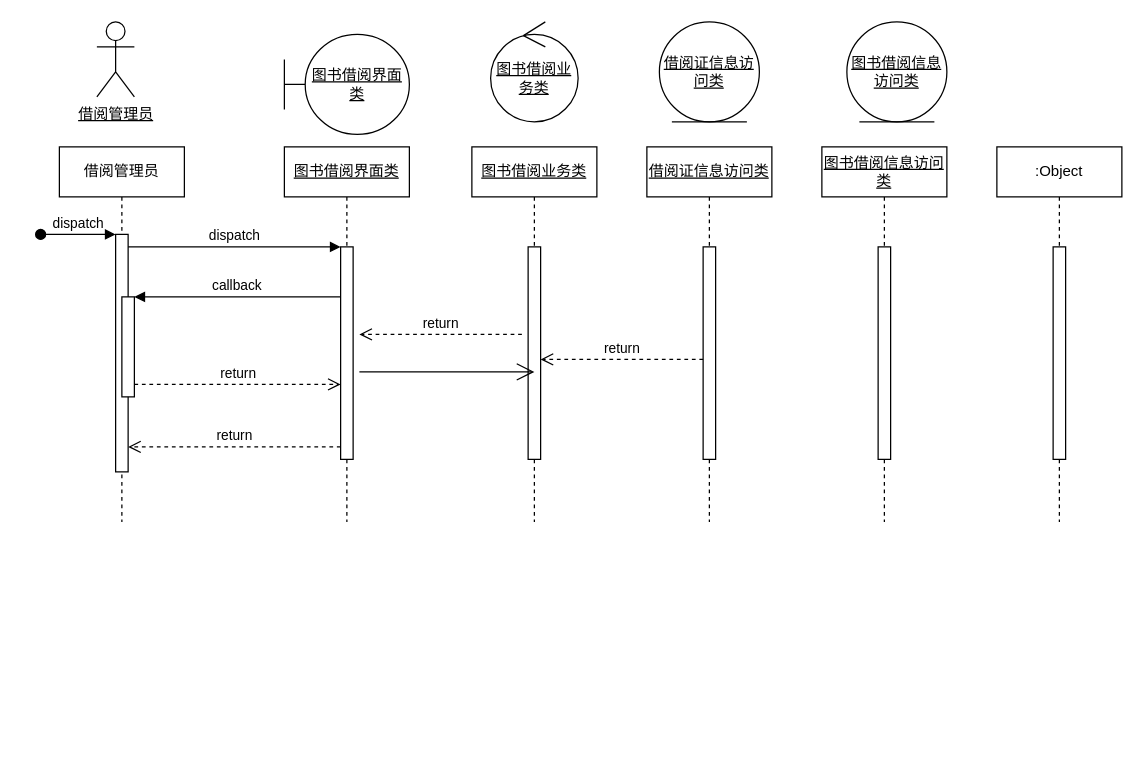
This is 新建序列图.drawio from liuyang0228/text, a draw.io file, before an edit. Source tidied: cells renumbered, new cells numbered last; positions are measured from the earlier drawing's top-left corner, leaving out a move shared by most shapes. Both pictures are drawn from the tidied source at 125%, with x=0, y=0 at pixel (40, 21).
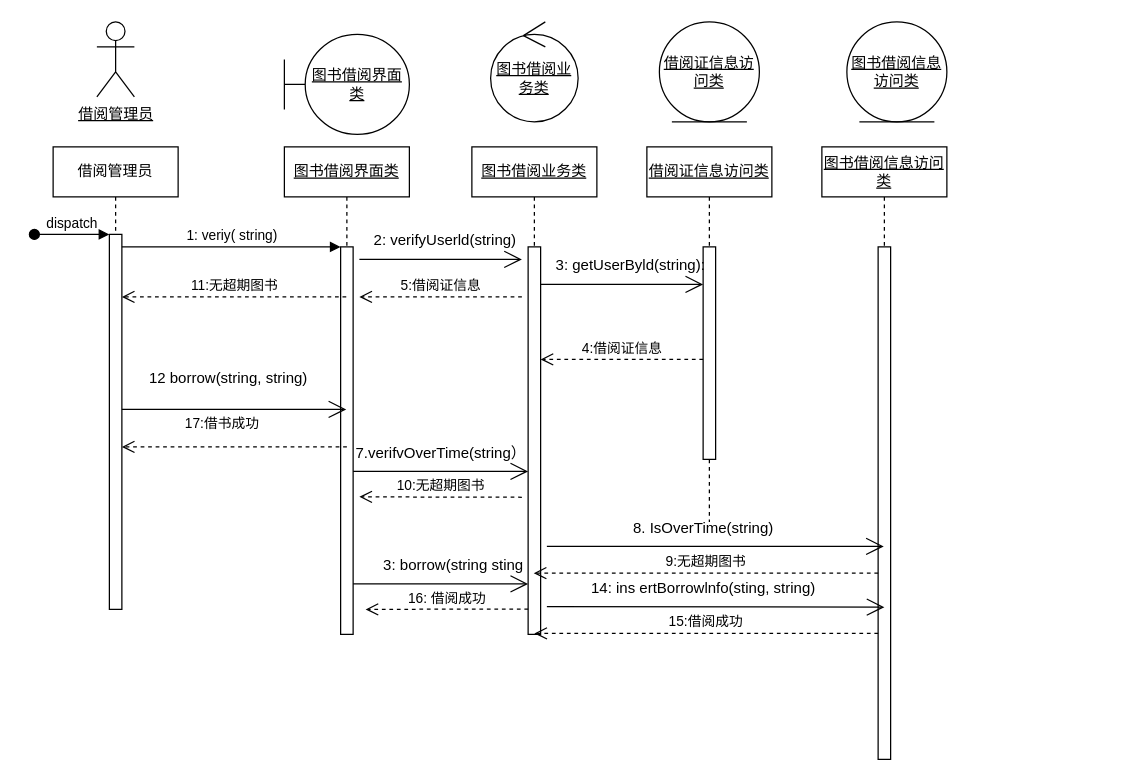
The same page after the edit.

Commit message (it also covers changes not shown here):
更新新建序列图.drawio

Change to the diagram source:
```diff
@@
     <mxCell id="2" value="借阅管理员" style="shape=umlLifeline;perimeter=lifelinePerimeter;whiteSpace=wrap;html=1;newEdgeStyle={&quot;edgeStyle&quot;:&quot;elbowEdgeStyle&quot;,&quot;elbow&quot;:&quot;vertical&quot;,&quot;curved&quot;:0,&quot;rounded&quot;:0};" parent="1" vertex="1">
-      <mxGeometry x="15" y="100" width="100" height="300" as="geometry" />
+      <mxGeometry x="10" y="100" width="100" height="370" as="geometry" />
     </mxCell>
     <mxCell id="3" style="html=1;points=[];perimeter=orthogonalPerimeter;outlineConnect=0;targetShapes=umlLifeline;portConstraint=eastwest;newEdgeStyle={&quot;edgeStyle&quot;:&quot;elbowEdgeStyle&quot;,&quot;elbow&quot;:&quot;vertical&quot;,&quot;curved&quot;:0,&quot;rounded&quot;:0};" parent="2" vertex="1">
-      <mxGeometry x="45" y="70" width="10" height="190" as="geometry" />
+      <mxGeometry x="45" y="70" width="10" height="300" as="geometry" />
     </mxCell>
@@
-    <mxCell id="5" style="html=1;points=[];perimeter=orthogonalPerimeter;outlineConnect=0;targetShapes=umlLifeline;portConstraint=eastwest;newEdgeStyle={&quot;edgeStyle&quot;:&quot;elbowEdgeStyle&quot;,&quot;elbow&quot;:&quot;vertical&quot;,&quot;curved&quot;:0,&quot;rounded&quot;:0};" parent="2" vertex="1">
-      <mxGeometry x="50" y="120" width="10" height="80" as="geometry" />
-    </mxCell>
     <mxCell id="6" value="&lt;u&gt;图书借阅界面类&lt;/u&gt;" style="shape=umlLifeline;perimeter=lifelinePerimeter;whiteSpace=wrap;html=1;outlineConnect=0;portConstraint=eastwest;newEdgeStyle={&quot;edgeStyle&quot;:&quot;elbowEdgeStyle&quot;,&quot;elbow&quot;:&quot;vertical&quot;,&quot;curved&quot;:0,&quot;rounded&quot;:0};" parent="1" vertex="1">
-      <mxGeometry x="195" y="100" width="100" height="300" as="geometry" />
+      <mxGeometry x="195" y="100" width="100" height="390" as="geometry" />
     </mxCell>
     <mxCell id="7" style="html=1;points=[];perimeter=orthogonalPerimeter;outlineConnect=0;targetShapes=umlLifeline;portConstraint=eastwest;newEdgeStyle={&quot;edgeStyle&quot;:&quot;elbowEdgeStyle&quot;,&quot;elbow&quot;:&quot;vertical&quot;,&quot;curved&quot;:0,&quot;rounded&quot;:0};" parent="6" vertex="1">
-      <mxGeometry x="45" y="80" width="10" height="170" as="geometry" />
+      <mxGeometry x="45" y="80" width="10" height="310" as="geometry" />
     </mxCell>
-    <mxCell id="8" value="dispatch" style="html=1;verticalAlign=bottom;endArrow=block;edgeStyle=elbowEdgeStyle;elbow=vertical;curved=0;rounded=0;" parent="1" edge="1" source="3" target="7">
+    <mxCell id="8" value="1: veriy( string)" style="html=1;verticalAlign=bottom;endArrow=block;edgeStyle=elbowEdgeStyle;elbow=vertical;curved=0;rounded=0;" parent="1" edge="1" source="3" target="7">
       <mxGeometry relative="1" as="geometry">
         <Array as="points">
           <mxPoint x="155" y="180" />
         </Array>
       </mxGeometry>
     </mxCell>
-    <mxCell id="9" value="return" style="html=1;verticalAlign=bottom;endArrow=open;dashed=1;endSize=8;edgeStyle=elbowEdgeStyle;elbow=vertical;curved=0;rounded=0;" parent="1" edge="1" source="7" target="3">
-      <mxGeometry relative="1" as="geometry">
-        <Array as="points">
-          <mxPoint x="165" y="340" />
-        </Array>
-      </mxGeometry>
-    </mxCell>
-    <mxCell id="10" value="callback" style="html=1;verticalAlign=bottom;endArrow=block;edgeStyle=elbowEdgeStyle;elbow=vertical;curved=0;rounded=0;" parent="1" edge="1" source="7" target="5">
-      <mxGeometry relative="1" as="geometry">
-        <Array as="points">
-          <mxPoint x="165" y="220" />
-        </Array>
-      </mxGeometry>
-    </mxCell>
-    <mxCell id="11" value="return" style="html=1;verticalAlign=bottom;endArrow=open;dashed=1;endSize=8;edgeStyle=elbowEdgeStyle;elbow=vertical;curved=0;rounded=0;" parent="1" edge="1" source="5" target="7">
-      <mxGeometry relative="1" as="geometry">
-        <Array as="points">
-          <mxPoint x="155" y="290" />
-        </Array>
-      </mxGeometry>
-    </mxCell>
     <mxCell id="12" value="&lt;u&gt;图书借阅业务类&lt;/u&gt;" style="shape=umlLifeline;perimeter=lifelinePerimeter;whiteSpace=wrap;html=1;outlineConnect=0;portConstraint=eastwest;newEdgeStyle={&quot;edgeStyle&quot;:&quot;elbowEdgeStyle&quot;,&quot;elbow&quot;:&quot;vertical&quot;,&quot;curved&quot;:0,&quot;rounded&quot;:0};" parent="1" vertex="1">
-      <mxGeometry x="345" y="100" width="100" height="300" as="geometry" />
+      <mxGeometry x="345" y="100" width="100" height="390" as="geometry" />
     </mxCell>
     <mxCell id="13" style="html=1;perimeter=orthogonalPerimeter;targetShapes=umlLifeline;newEdgeStyle={&quot;edgeStyle&quot;:&quot;elbowEdgeStyle&quot;,&quot;elbow&quot;:&quot;vertical&quot;,&quot;curved&quot;:0,&quot;rounded&quot;:0};" parent="12" vertex="1">
-      <mxGeometry x="45" y="80" width="10" height="170" as="geometry" />
+      <mxGeometry x="45" y="80" width="10" height="310" as="geometry" />
     </mxCell>
@@
     <mxCell id="16" value="&lt;u&gt;图书借阅信息访问类&lt;/u&gt;" style="shape=umlLifeline;perimeter=lifelinePerimeter;whiteSpace=wrap;html=1;outlineConnect=0;portConstraint=eastwest;newEdgeStyle={&quot;edgeStyle&quot;:&quot;elbowEdgeStyle&quot;,&quot;elbow&quot;:&quot;vertical&quot;,&quot;curved&quot;:0,&quot;rounded&quot;:0};" parent="1" vertex="1">
-      <mxGeometry x="625" y="100" width="100" height="300" as="geometry" />
+      <mxGeometry x="625" y="100" width="100" height="490" as="geometry" />
     </mxCell>
     <mxCell id="17" style="html=1;points=[];perimeter=orthogonalPerimeter;outlineConnect=0;targetShapes=umlLifeline;portConstraint=eastwest;newEdgeStyle={&quot;edgeStyle&quot;:&quot;elbowEdgeStyle&quot;,&quot;elbow&quot;:&quot;vertical&quot;,&quot;curved&quot;:0,&quot;rounded&quot;:0};" parent="16" vertex="1">
-      <mxGeometry x="45" y="80" width="10" height="170" as="geometry" />
+      <mxGeometry x="45" y="80" width="10" height="410" as="geometry" />
     </mxCell>
-    <mxCell id="18" value=":Object" style="shape=umlLifeline;perimeter=lifelinePerimeter;whiteSpace=wrap;html=1;newEdgeStyle={&quot;edgeStyle&quot;:&quot;elbowEdgeStyle&quot;,&quot;elbow&quot;:&quot;vertical&quot;,&quot;curved&quot;:0,&quot;rounded&quot;:0};" parent="1" vertex="1">
-      <mxGeometry x="765" y="100" width="100" height="300" as="geometry" />
-    </mxCell>
-    <mxCell id="19" style="html=1;perimeter=orthogonalPerimeter;targetShapes=umlLifeline;newEdgeStyle={&quot;edgeStyle&quot;:&quot;elbowEdgeStyle&quot;,&quot;elbow&quot;:&quot;vertical&quot;,&quot;curved&quot;:0,&quot;rounded&quot;:0};" parent="18" vertex="1">
-      <mxGeometry x="45" y="80" width="10" height="170" as="geometry" />
-    </mxCell>
     <mxCell id="20" style="endArrow=open;endFill=1;endSize=12;html=1;rounded=0;" parent="1" edge="1">
       <mxGeometry relative="1" as="geometry">
-        <mxPoint x="255" y="280" as="sourcePoint" />
-        <mxPoint x="395" y="280" as="targetPoint" />
+        <mxPoint x="255" y="190" as="sourcePoint" />
+        <mxPoint x="385" y="190" as="targetPoint" />
       </mxGeometry>
     </mxCell>
@@
-    <mxCell id="25" value="return" style="html=1;verticalAlign=bottom;endArrow=open;dashed=1;endSize=8;edgeStyle=elbowEdgeStyle;elbow=vertical;curved=0;rounded=0;" parent="1" edge="1">
+    <mxCell id="25" value="5:借阅证信息" style="html=1;verticalAlign=bottom;endArrow=open;dashed=1;endSize=8;edgeStyle=elbowEdgeStyle;elbow=vertical;curved=0;rounded=0;" parent="1" edge="1">
       <mxGeometry relative="1" as="geometry">
-        <mxPoint x="385" y="249.9" as="sourcePoint" />
-        <mxPoint x="255" y="250" as="targetPoint" />
+        <mxPoint x="385" y="220" as="sourcePoint" />
+        <mxPoint x="255" y="220.1" as="targetPoint" />
       </mxGeometry>
     </mxCell>
-    <mxCell id="26" value="return" style="html=1;verticalAlign=bottom;endArrow=open;dashed=1;endSize=8;edgeStyle=elbowEdgeStyle;elbow=vertical;curved=0;rounded=0;" parent="1" edge="1">
+    <mxCell id="26" value="4:借阅证信息" style="html=1;verticalAlign=bottom;endArrow=open;dashed=1;endSize=8;edgeStyle=elbowEdgeStyle;elbow=vertical;curved=0;rounded=0;" parent="1" edge="1">
       <mxGeometry relative="1" as="geometry">
         <mxPoint x="530" y="270" as="sourcePoint" />
         <mxPoint x="400" y="270.1" as="targetPoint" />
       </mxGeometry>
     </mxCell>
@@
+    <mxCell id="28" value="&lt;div&gt;11:无超期图书&lt;/div&gt;" style="html=1;verticalAlign=bottom;endArrow=open;dashed=1;endSize=8;edgeStyle=elbowEdgeStyle;elbow=vertical;curved=0;rounded=0;" parent="1" edge="1" source="6" target="3">
+      <mxGeometry relative="1" as="geometry">
+        <Array as="points">
+          <mxPoint x="75" y="220" />
+          <mxPoint x="235" y="250" />
+        </Array>
+      </mxGeometry>
+    </mxCell>
+    <mxCell id="29" value="&lt;div&gt;17:借书成功&lt;/div&gt;" style="html=1;verticalAlign=bottom;endArrow=open;dashed=1;endSize=8;edgeStyle=elbowEdgeStyle;elbow=vertical;curved=0;rounded=0;" parent="1" edge="1">
+      <mxGeometry x="0.11" y="-10" relative="1" as="geometry">
+        <mxPoint x="245" y="340" as="sourcePoint" />
+        <mxPoint x="65" y="340" as="targetPoint" />
+        <Array as="points">
+          <mxPoint x="235" y="340" />
+        </Array>
+      </mxGeometry>
+    </mxCell>
+    <mxCell id="30" style="endArrow=open;endFill=1;endSize=12;html=1;rounded=0;" parent="1" edge="1" target="6">
+      <mxGeometry relative="1" as="geometry">
+        <mxPoint x="65" y="310" as="sourcePoint" />
+      </mxGeometry>
+    </mxCell>
+    <mxCell id="31" value="12 borrow(string, string)" style="text;html=1;align=center;verticalAlign=middle;strokeColor=none;fillColor=none;" parent="1" vertex="1">
+      <mxGeometry x="75" y="270" width="150" height="30" as="geometry" />
+    </mxCell>
+    <mxCell id="32" style="endArrow=open;endFill=1;endSize=12;html=1;rounded=0;" parent="1" edge="1">
+      <mxGeometry relative="1" as="geometry">
+        <mxPoint x="250" y="359.6" as="sourcePoint" />
+        <mxPoint x="390" y="359.6" as="targetPoint" />
+      </mxGeometry>
+    </mxCell>
+    <mxCell id="33" value="2: verifyUserld(string)&amp;nbsp;" style="text;html=1;align=center;verticalAlign=middle;strokeColor=none;fillColor=none;" parent="1" vertex="1">
+      <mxGeometry x="255" y="160" width="140" height="30" as="geometry" />
+    </mxCell>
+    <mxCell id="34" value="7.verifvOverTime(string）" style="text;html=1;align=center;verticalAlign=middle;strokeColor=none;fillColor=none;" parent="1" vertex="1">
+      <mxGeometry x="240" y="329.6" width="160" height="30" as="geometry" />
+    </mxCell>
+    <mxCell id="35" value="10:无超期图书" style="html=1;verticalAlign=bottom;endArrow=open;dashed=1;endSize=8;edgeStyle=elbowEdgeStyle;elbow=vertical;curved=0;rounded=0;" parent="1" edge="1">
+      <mxGeometry relative="1" as="geometry">
+        <mxPoint x="385" y="380.3" as="sourcePoint" />
+        <mxPoint x="255" y="380.4" as="targetPoint" />
+      </mxGeometry>
+    </mxCell>
+    <mxCell id="36" value="3: borrow(string sting" style="text;html=1;align=center;verticalAlign=middle;strokeColor=none;fillColor=none;" parent="1" vertex="1">
+      <mxGeometry x="260" y="419.6" width="140" height="30" as="geometry" />
+    </mxCell>
+    <mxCell id="37" style="endArrow=open;endFill=1;endSize=12;html=1;rounded=0;" parent="1" edge="1">
+      <mxGeometry relative="1" as="geometry">
+        <mxPoint x="250" y="449.6" as="sourcePoint" />
+        <mxPoint x="390" y="449.6" as="targetPoint" />
+      </mxGeometry>
+    </mxCell>
+    <mxCell id="38" value="16: 借阅成功" style="html=1;verticalAlign=bottom;endArrow=open;dashed=1;endSize=8;edgeStyle=elbowEdgeStyle;elbow=vertical;curved=0;rounded=0;" parent="1" edge="1">
+      <mxGeometry relative="1" as="geometry">
+        <mxPoint x="390" y="469.7" as="sourcePoint" />
+        <mxPoint x="260" y="469.8" as="targetPoint" />
+      </mxGeometry>
+    </mxCell>
+    <mxCell id="39" style="endArrow=open;endFill=1;endSize=12;html=1;rounded=0;" parent="1" edge="1">
+      <mxGeometry relative="1" as="geometry">
+        <mxPoint x="400" y="210" as="sourcePoint" />
+        <mxPoint x="530" y="210" as="targetPoint" />
+      </mxGeometry>
+    </mxCell>
+    <mxCell id="40" value="&amp;nbsp;3: getUserByld(string):" style="text;html=1;align=center;verticalAlign=middle;strokeColor=none;fillColor=none;" parent="1" vertex="1">
+      <mxGeometry x="395" y="180" width="150" height="30" as="geometry" />
+    </mxCell>
+    <mxCell id="41" value="8. IsOverTime(string)" style="text;html=1;align=center;verticalAlign=middle;strokeColor=none;fillColor=none;" parent="1" vertex="1">
+      <mxGeometry x="460" y="389.6" width="140" height="30" as="geometry" />
+    </mxCell>
+    <mxCell id="42" style="endArrow=open;endFill=1;endSize=12;html=1;rounded=0;" parent="1" edge="1" target="16">
+      <mxGeometry relative="1" as="geometry">
+        <mxPoint x="405" y="419.6" as="sourcePoint" />
+      </mxGeometry>
+    </mxCell>
+    <mxCell id="43" value="&lt;div&gt;&lt;span style=&quot;font-size: 11px;&quot;&gt;9:无超期图书&lt;/span&gt;&lt;/div&gt;" style="html=1;verticalAlign=bottom;endArrow=open;dashed=1;endSize=8;edgeStyle=elbowEdgeStyle;elbow=vertical;curved=0;rounded=0;" parent="1" edge="1" source="17" target="12">
+      <mxGeometry relative="1" as="geometry">
+        <Array as="points">
+          <mxPoint x="665" y="441" />
+        </Array>
+      </mxGeometry>
+    </mxCell>
+    <mxCell id="44" value="14: ins ertBorrowlnfo(sting, string)" style="text;html=1;align=center;verticalAlign=middle;strokeColor=none;fillColor=none;" parent="1" vertex="1">
+      <mxGeometry x="430" y="437.8" width="200" height="30" as="geometry" />
+    </mxCell>
+    <mxCell id="45" style="endArrow=open;endFill=1;endSize=12;html=1;rounded=0;" parent="1" edge="1">
+      <mxGeometry relative="1" as="geometry">
+        <mxPoint x="405" y="467.8" as="sourcePoint" />
+        <mxPoint x="675" y="468.2" as="targetPoint" />
+      </mxGeometry>
+    </mxCell>
+    <mxCell id="46" value="15:借阅成功" style="html=1;verticalAlign=bottom;endArrow=open;dashed=1;endSize=8;edgeStyle=elbowEdgeStyle;elbow=vertical;curved=0;rounded=0;" parent="1" edge="1">
+      <mxGeometry relative="1" as="geometry">
+        <mxPoint x="670" y="489.2" as="sourcePoint" />
+        <mxPoint x="395" y="489.2" as="targetPoint" />
+        <Array as="points">
+          <mxPoint x="665" y="489.2" />
+        </Array>
+      </mxGeometry>
+    </mxCell>
```
